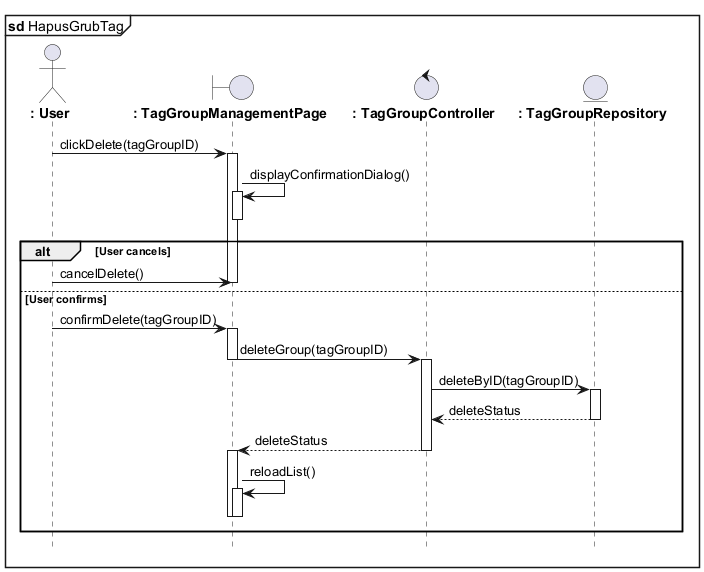
azrappp/learning_uml2.0_pmul keeps this PlantUML diagram as out/hapus_grubtag.png. Above is the earlier version. Source of this version:
```plantuml
@startuml
mainframe **sd** HapusGrubTag
hide footbox

actor "**: User**" as User
boundary "**: TagGroupManagementPage**" as TagGroupPage
control "**: TagGroupController**" as TagGroupController
entity "**: TagGroupRepository**" as TagGroupRepository

User -> TagGroupPage : clickDelete(tagGroupID)
activate TagGroupPage

TagGroupPage -> TagGroupPage : displayConfirmationDialog()
activate TagGroupPage
deactivate TagGroupPage

alt User cancels
    User -> TagGroupPage : cancelDelete()
    deactivate TagGroupPage

else User confirms
    User -> TagGroupPage : confirmDelete(tagGroupID)

    activate TagGroupPage
    TagGroupPage -> TagGroupController : deleteGroup(tagGroupID)
    deactivate TagGroupPage
    activate TagGroupController

    TagGroupController -> TagGroupRepository : deleteByID(tagGroupID)
    activate TagGroupRepository

    TagGroupRepository --> TagGroupController : deleteStatus
    deactivate TagGroupRepository

    TagGroupController --> TagGroupPage : deleteStatus
    deactivate TagGroupController
    activate TagGroupPage

    TagGroupPage -> TagGroupPage : reloadList()
    activate TagGroupPage
    deactivate TagGroupPage

    deactivate TagGroupPage
end
@enduml
```
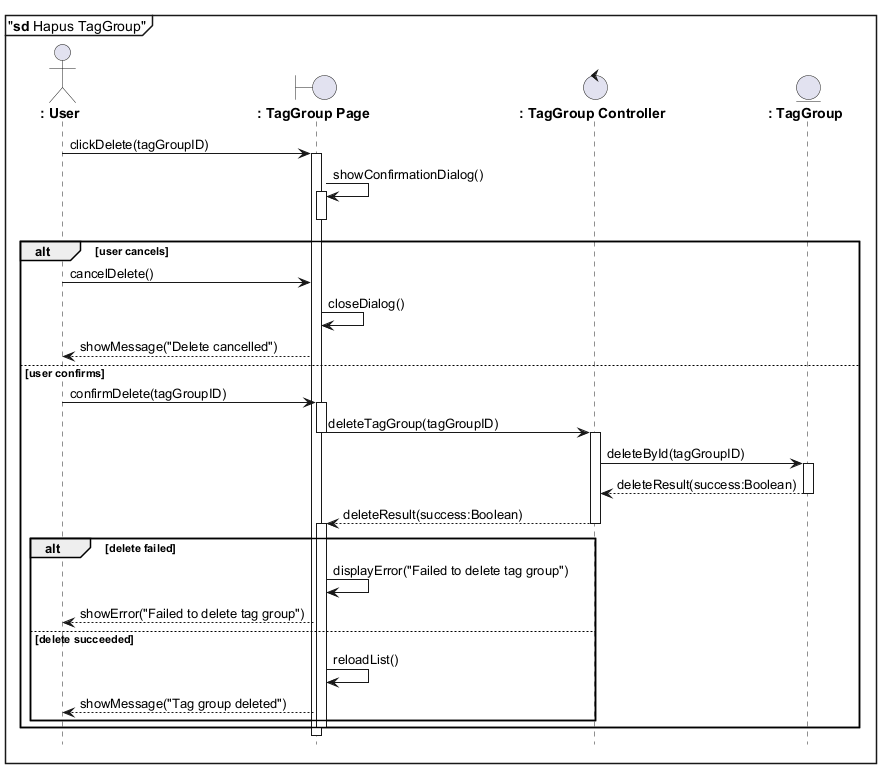
Later version of the same file.

What changed in the source:
```diff
@@ -1,45 +1,47 @@
 @startuml
-mainframe **sd** HapusGrubTag
+mainframe "**sd** Hapus TagGroup"
 hide footbox
 
 actor "**: User**" as User
-boundary "**: TagGroupManagementPage**" as TagGroupPage
-control "**: TagGroupController**" as TagGroupController
-entity "**: TagGroupRepository**" as TagGroupRepository
+boundary "**: TagGroup Page**" as TagGroupPage
+control "**: TagGroup Controller**" as TagGroupController
+entity  "**: TagGroup**" as TagGroupRepository
 
 User -> TagGroupPage : clickDelete(tagGroupID)
 activate TagGroupPage
 
-TagGroupPage -> TagGroupPage : displayConfirmationDialog()
+TagGroupPage -> TagGroupPage : showConfirmationDialog()
 activate TagGroupPage
 deactivate TagGroupPage
 
-alt User cancels
+alt user cancels
     User -> TagGroupPage : cancelDelete()
-    deactivate TagGroupPage
+    TagGroupPage -> TagGroupPage : closeDialog()
+    TagGroupPage --> User : showMessage("Delete cancelled")
+else user confirms
+    User -> TagGroupPage : confirmDelete(tagGroupID)
+    activate TagGroupPage
 
-else User confirms
-    User -> TagGroupPage : confirmDelete(tagGroupID)
-
-    activate TagGroupPage
-    TagGroupPage -> TagGroupController : deleteGroup(tagGroupID)
+    TagGroupPage -> TagGroupController : deleteTagGroup(tagGroupID)
     deactivate TagGroupPage
     activate TagGroupController
 
-    TagGroupController -> TagGroupRepository : deleteByID(tagGroupID)
+    TagGroupController -> TagGroupRepository : deleteById(tagGroupID)
     activate TagGroupRepository
-
-    TagGroupRepository --> TagGroupController : deleteStatus
+    TagGroupRepository --> TagGroupController : deleteResult(success:Boolean)
     deactivate TagGroupRepository
 
-    TagGroupController --> TagGroupPage : deleteStatus
+    TagGroupController --> TagGroupPage : deleteResult(success:Boolean)
     deactivate TagGroupController
     activate TagGroupPage
 
-    TagGroupPage -> TagGroupPage : reloadList()
-    activate TagGroupPage
-    deactivate TagGroupPage
-
+    alt delete failed
+        TagGroupPage -> TagGroupPage : displayError("Failed to delete tag group")
+        TagGroupPage --> User : showError("Failed to delete tag group")
+    else delete succeeded
+        TagGroupPage -> TagGroupPage : reloadList()
+        TagGroupPage --> User : showMessage("Tag group deleted")
+    end
     deactivate TagGroupPage
 end
 @enduml
```
